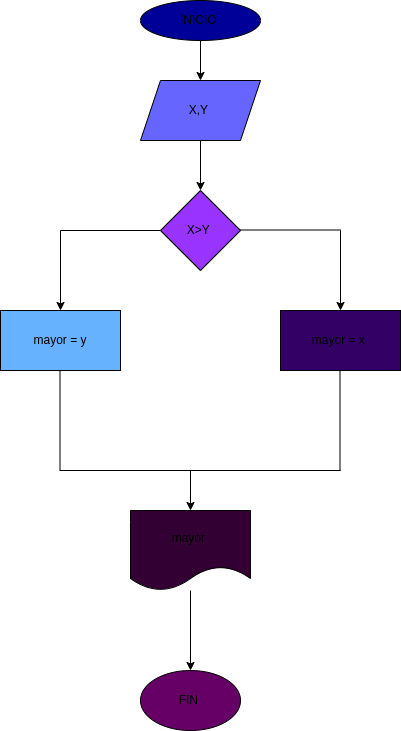
The draw.io diagram diagrama.png in rubycarolinapimiento/mayor_2enteros-, before a commit. Source tidied: cells renumbered, new cells last; positions are measured from the earlier drawing's top-left corner, leaving out a move shared by most shapes. Its diagram source:
```xml
<mxGraphModel>
  <root>
    <mxCell id="0" />
    <mxCell id="1" parent="0" />
    <mxCell id="2" style="edgeStyle=none;html=1;" parent="1" edge="1" source="3" target="5">
      <mxGeometry relative="1" as="geometry" />
    </mxCell>
    <mxCell id="3" value="INICIO&amp;nbsp;" style="ellipse;whiteSpace=wrap;html=1;fillColor=#000099;" parent="1" vertex="1">
      <mxGeometry x="140" width="120" height="40" as="geometry" />
    </mxCell>
    <mxCell id="4" style="edgeStyle=none;html=1;" parent="1" edge="1" source="5" target="6">
      <mxGeometry relative="1" as="geometry" />
    </mxCell>
    <mxCell id="5" value="X,Y&amp;nbsp;" style="shape=parallelogram;perimeter=parallelogramPerimeter;whiteSpace=wrap;html=1;fixedSize=1;fillColor=#6666FF;" parent="1" vertex="1">
      <mxGeometry x="140" y="80" width="120" height="60" as="geometry" />
    </mxCell>
    <mxCell id="6" value="X&amp;gt;Y&amp;nbsp;" style="rhombus;whiteSpace=wrap;html=1;fillColor=#9933FF;" parent="1" vertex="1">
      <mxGeometry x="160" y="190" width="80" height="80" as="geometry" />
    </mxCell>
    <mxCell id="7" style="endArrow=none;html=1;" parent="1" edge="1">
      <mxGeometry relative="1" as="geometry">
        <mxPoint x="160" y="230" as="sourcePoint" />
        <mxPoint x="60" y="230" as="targetPoint" />
      </mxGeometry>
    </mxCell>
    <mxCell id="8" style="endArrow=none;html=1;" parent="1" edge="1">
      <mxGeometry relative="1" as="geometry">
        <mxPoint x="340" y="229.5" as="sourcePoint" />
        <mxPoint x="240" y="229.5" as="targetPoint" />
      </mxGeometry>
    </mxCell>
    <mxCell id="9" style="endArrow=classic;html=1;" parent="1" edge="1">
      <mxGeometry relative="1" as="geometry">
        <mxPoint x="60" y="230" as="sourcePoint" />
        <mxPoint x="60" y="310" as="targetPoint" />
      </mxGeometry>
    </mxCell>
    <mxCell id="10" style="endArrow=classic;html=1;" parent="1" edge="1">
      <mxGeometry relative="1" as="geometry">
        <mxPoint x="340" y="230" as="sourcePoint" />
        <mxPoint x="340" y="310" as="targetPoint" />
      </mxGeometry>
    </mxCell>
    <mxCell id="11" value="mayor = y" style="rounded=0;whiteSpace=wrap;html=1;fillColor=#66B2FF;" parent="1" vertex="1">
      <mxGeometry y="310" width="120" height="60" as="geometry" />
    </mxCell>
    <mxCell id="12" value="mayor = x&amp;nbsp;" style="rounded=0;whiteSpace=wrap;html=1;fillColor=#330066;" parent="1" vertex="1">
      <mxGeometry x="280" y="310" width="120" height="60" as="geometry" />
    </mxCell>
    <mxCell id="13" style="endArrow=none;html=1;" parent="1" edge="1">
      <mxGeometry relative="1" as="geometry">
        <mxPoint x="59.5" y="470" as="sourcePoint" />
        <mxPoint x="59.5" y="370" as="targetPoint" />
      </mxGeometry>
    </mxCell>
    <mxCell id="14" style="endArrow=none;html=1;" parent="1" edge="1">
      <mxGeometry relative="1" as="geometry">
        <mxPoint x="339.5" y="470" as="sourcePoint" />
        <mxPoint x="339.5" y="370" as="targetPoint" />
      </mxGeometry>
    </mxCell>
    <mxCell id="15" style="endArrow=none;html=1;" parent="1" edge="1">
      <mxGeometry relative="1" as="geometry">
        <mxPoint x="340" y="470" as="sourcePoint" />
        <mxPoint x="59.5" y="470" as="targetPoint" />
      </mxGeometry>
    </mxCell>
    <mxCell id="16" style="endArrow=classic;html=1;" parent="1" edge="1">
      <mxGeometry relative="1" as="geometry">
        <mxPoint x="190" y="470" as="sourcePoint" />
        <mxPoint x="190" y="510" as="targetPoint" />
      </mxGeometry>
    </mxCell>
    <mxCell id="17" style="edgeStyle=none;html=1;" parent="1" edge="1" source="18" target="19">
      <mxGeometry relative="1" as="geometry" />
    </mxCell>
    <mxCell id="18" value="mayor&amp;nbsp;" style="shape=document;whiteSpace=wrap;html=1;boundedLbl=1;fillColor=#330033;" parent="1" vertex="1">
      <mxGeometry x="130" y="510" width="120" height="80" as="geometry" />
    </mxCell>
    <mxCell id="19" value="FIN&amp;nbsp;" style="ellipse;whiteSpace=wrap;html=1;fillColor=#660066;" parent="1" vertex="1">
      <mxGeometry x="140" y="670" width="100" height="60" as="geometry" />
    </mxCell>
  </root>
</mxGraphModel>
```
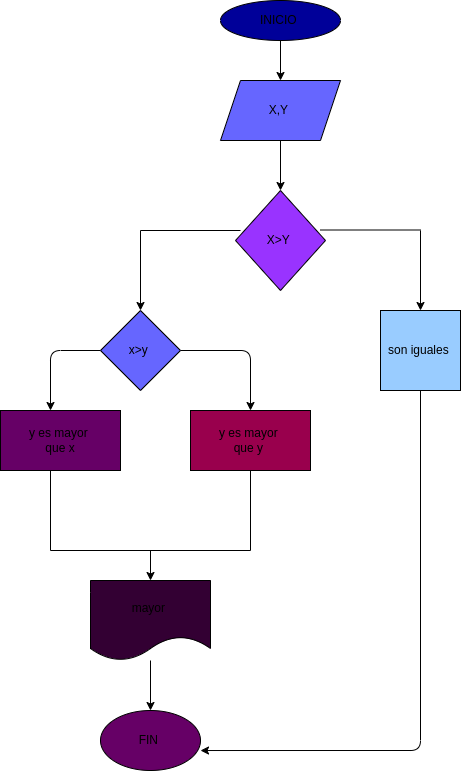
After the change.

Commit message:
se creo el diagrama de flujo y se agrego al README

Diff of the diagram source:
```diff
@@ -15,7 +15,7 @@
       <mxGeometry x="140" y="80" width="120" height="60" as="geometry" />
     </mxCell>
     <mxCell id="6" value="X&amp;gt;Y&amp;nbsp;" style="rhombus;whiteSpace=wrap;html=1;fillColor=#9933FF;" parent="1" vertex="1">
-      <mxGeometry x="160" y="190" width="80" height="80" as="geometry" />
+      <mxGeometry x="155" y="190" width="90" height="100" as="geometry" />
     </mxCell>
     <mxCell id="7" style="endArrow=none;html=1;" parent="1" edge="1">
       <mxGeometry relative="1" as="geometry">
@@ -41,44 +41,55 @@
         <mxPoint x="340" y="310" as="targetPoint" />
       </mxGeometry>
     </mxCell>
-    <mxCell id="11" value="mayor = y" style="rounded=0;whiteSpace=wrap;html=1;fillColor=#66B2FF;" parent="1" vertex="1">
-      <mxGeometry y="310" width="120" height="60" as="geometry" />
-    </mxCell>
-    <mxCell id="12" value="mayor = x&amp;nbsp;" style="rounded=0;whiteSpace=wrap;html=1;fillColor=#330066;" parent="1" vertex="1">
-      <mxGeometry x="280" y="310" width="120" height="60" as="geometry" />
-    </mxCell>
-    <mxCell id="13" style="endArrow=none;html=1;" parent="1" edge="1">
-      <mxGeometry relative="1" as="geometry">
-        <mxPoint x="59.5" y="470" as="sourcePoint" />
-        <mxPoint x="59.5" y="370" as="targetPoint" />
-      </mxGeometry>
-    </mxCell>
-    <mxCell id="14" style="endArrow=none;html=1;" parent="1" edge="1">
-      <mxGeometry relative="1" as="geometry">
-        <mxPoint x="339.5" y="470" as="sourcePoint" />
-        <mxPoint x="339.5" y="370" as="targetPoint" />
-      </mxGeometry>
-    </mxCell>
-    <mxCell id="15" style="endArrow=none;html=1;" parent="1" edge="1">
-      <mxGeometry relative="1" as="geometry">
-        <mxPoint x="340" y="470" as="sourcePoint" />
-        <mxPoint x="59.5" y="470" as="targetPoint" />
-      </mxGeometry>
-    </mxCell>
-    <mxCell id="16" style="endArrow=classic;html=1;" parent="1" edge="1">
-      <mxGeometry relative="1" as="geometry">
-        <mxPoint x="190" y="470" as="sourcePoint" />
-        <mxPoint x="190" y="510" as="targetPoint" />
-      </mxGeometry>
-    </mxCell>
     <mxCell id="17" style="edgeStyle=none;html=1;" parent="1" edge="1" source="18" target="19">
       <mxGeometry relative="1" as="geometry" />
     </mxCell>
     <mxCell id="18" value="mayor&amp;nbsp;" style="shape=document;whiteSpace=wrap;html=1;boundedLbl=1;fillColor=#330033;" parent="1" vertex="1">
-      <mxGeometry x="130" y="510" width="120" height="80" as="geometry" />
+      <mxGeometry x="10" y="580" width="120" height="80" as="geometry" />
     </mxCell>
     <mxCell id="19" value="FIN&amp;nbsp;" style="ellipse;whiteSpace=wrap;html=1;fillColor=#660066;" parent="1" vertex="1">
-      <mxGeometry x="140" y="670" width="100" height="60" as="geometry" />
+      <mxGeometry x="20" y="710" width="100" height="60" as="geometry" />
     </mxCell>
+    <mxCell id="20" style="edgeStyle=none;html=1;exitX=1;exitY=0.5;exitDx=0;exitDy=0;" parent="1" edge="1" source="22">
+      <mxGeometry relative="1" as="geometry">
+        <mxPoint x="170" y="410" as="targetPoint" />
+        <Array as="points">
+          <mxPoint x="170" y="350" />
+        </Array>
+      </mxGeometry>
+    </mxCell>
+    <mxCell id="21" style="edgeStyle=none;html=1;" parent="1" edge="1" source="22">
+      <mxGeometry relative="1" as="geometry">
+        <mxPoint x="-30" y="410" as="targetPoint" />
+        <Array as="points">
+          <mxPoint x="-30" y="350" />
+        </Array>
+      </mxGeometry>
+    </mxCell>
+    <mxCell id="22" value="x&amp;gt;y&amp;nbsp;" style="rhombus;whiteSpace=wrap;html=1;fillColor=#6666FF;" parent="1" vertex="1">
+      <mxGeometry x="20" y="310" width="80" height="80" as="geometry" />
+    </mxCell>
+    <mxCell id="23" style="edgeStyle=none;html=1;entryX=1;entryY=0.667;entryDx=0;entryDy=0;entryPerimeter=0;" parent="1" edge="1" source="24" target="19">
+      <mxGeometry relative="1" as="geometry">
+        <Array as="points">
+          <mxPoint x="340" y="750" />
+        </Array>
+      </mxGeometry>
+    </mxCell>
+    <mxCell id="24" value="son iguales&amp;nbsp;" style="whiteSpace=wrap;html=1;fillColor=#99CCFF;" parent="1" vertex="1">
+      <mxGeometry x="300" y="310" width="80" height="80" as="geometry" />
+    </mxCell>
+    <mxCell id="25" value="y es mayor&amp;nbsp;&lt;br&gt;que y&amp;nbsp;" style="rounded=0;whiteSpace=wrap;html=1;fillColor=#99004D;" parent="1" vertex="1">
+      <mxGeometry x="110" y="410" width="120" height="60" as="geometry" />
+    </mxCell>
+    <mxCell id="26" value="y es mayor&amp;nbsp;&lt;br&gt;que x" style="rounded=0;whiteSpace=wrap;html=1;fillColor=#660066;" parent="1" vertex="1">
+      <mxGeometry x="-80" y="410" width="120" height="60" as="geometry" />
+    </mxCell>
+    <mxCell id="27" style="edgeStyle=none;html=1;entryX=0.5;entryY=0;entryDx=0;entryDy=0;" parent="1" edge="1" source="28" target="18">
+      <mxGeometry relative="1" as="geometry" />
+    </mxCell>
+    <mxCell id="28" style="shape=partialRectangle;whiteSpace=wrap;html=1;bottom=1;right=1;left=1;top=0;fillColor=none;routingCenterX=-0.5;" parent="1" vertex="1">
+      <mxGeometry x="-30" y="470" width="200" height="80" as="geometry" />
+    </mxCell>
   </root>
 </mxGraphModel>
```
